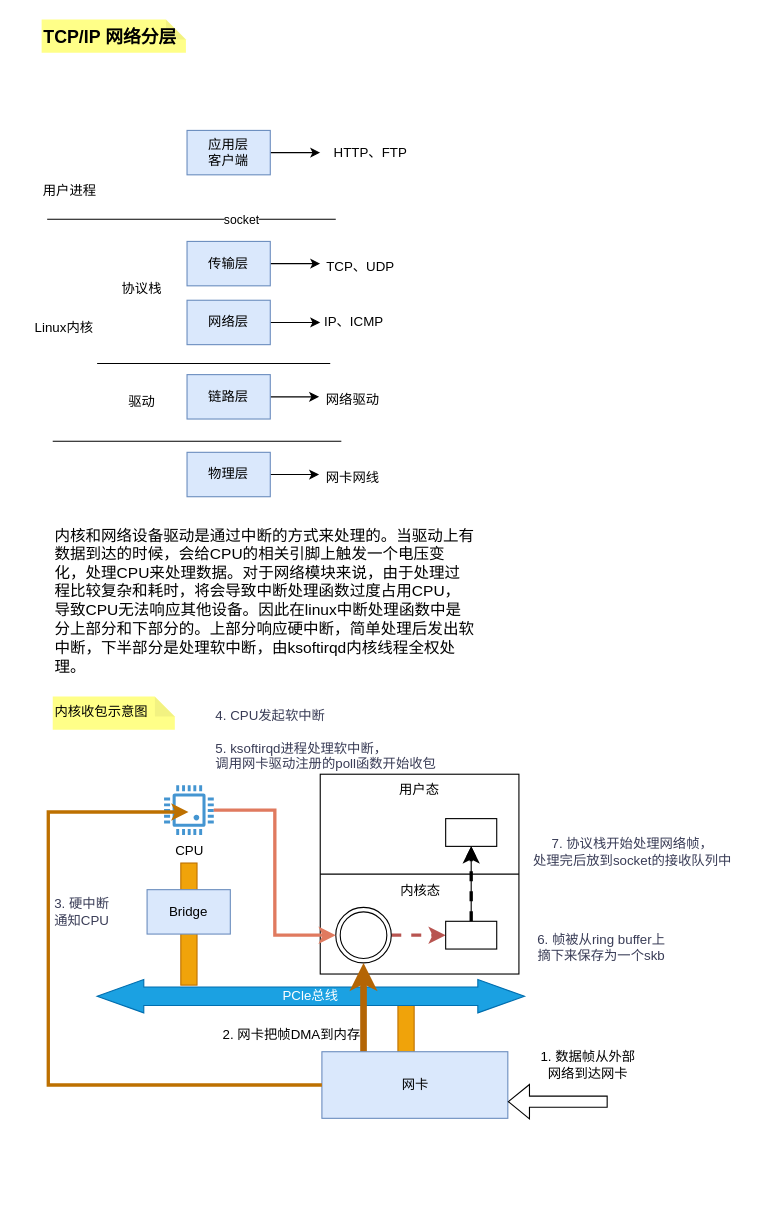
The draw.io diagram draw/计算机基础/网络.drawio in BxcGit/draw, before the edit. Source tidied: cells renumbered, new cells numbered last; positions are measured from the earlier drawing's top-left corner, leaving out a move shared by most shapes. Both pictures are drawn from the tidied source at 111%, with x=0, y=0 at pixel (19, 19).
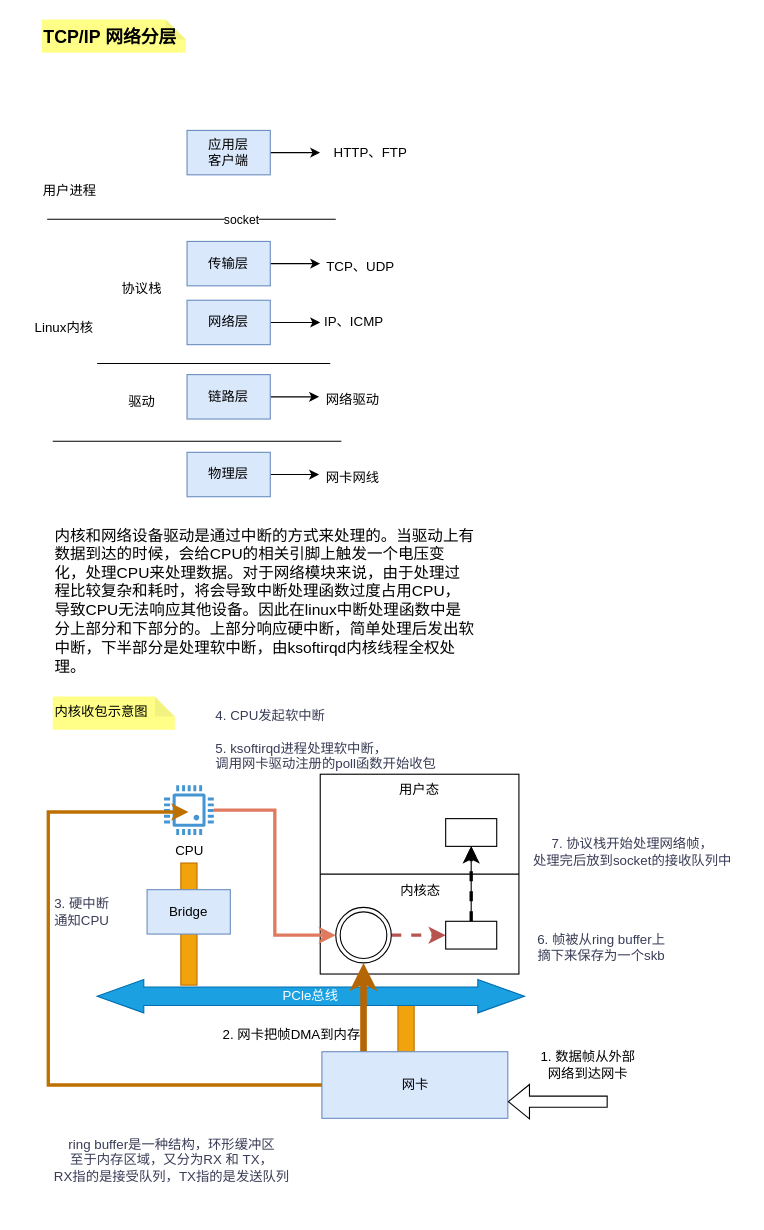
After the change.

The edit, as a diff of the source:
```diff
@@
+    <mxCell id="53" value="ring buffer是一种结构，环形缓冲区&lt;div&gt;至于内存区域，又分为RX 和 TX，&lt;/div&gt;&lt;div&gt;RX指的是接受队列，TX指的是发送队列&lt;/div&gt;&lt;div&gt;&lt;br&gt;&lt;/div&gt;" style="text;html=1;align=center;verticalAlign=middle;strokeColor=none;fillColor=none;fontColor=#393C56;" parent="1" vertex="1">
+      <mxGeometry x="20" y="996" width="234" height="78" as="geometry" />
+    </mxCell>
```
